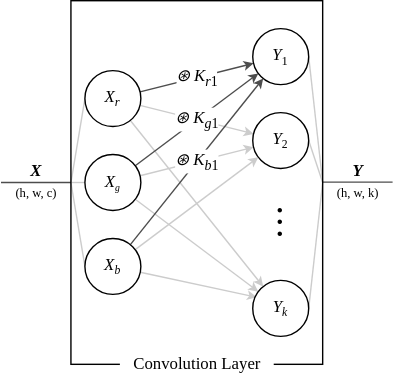
This is img/convolution.svg from dragoon8192/LaundryTag, a draw.io export, as it was before one commit. Source tidied: cells renumbered, new cells last; positions are measured from the earlier drawing's top-left corner, leaving out a move shared by most shapes. Source of this version:
```xml
<mxGraphModel>
  <root>
    <mxCell id="0" />
    <mxCell id="1" parent="0" />
    <mxCell id="2" style="endArrow=classic;html=1;rounded=0;labelBackgroundColor=default;sketch=0;strokeColor=#CCCCCC;strokeWidth=1;fontFamily=Times New Roman;fontSize=12;fontColor=default;startSize=4;endSize=4;sourcePerimeterSpacing=0;targetPerimeterSpacing=0;shape=connector;jumpStyle=none;jumpSize=4;" parent="1" edge="1" source="19" target="24">
      <mxGeometry relative="1" as="geometry" />
    </mxCell>
    <mxCell id="3" style="endArrow=classic;html=1;rounded=0;labelBackgroundColor=default;sketch=0;strokeColor=#CCCCCC;strokeWidth=1;fontFamily=Times New Roman;fontSize=12;fontColor=default;startSize=4;endSize=4;sourcePerimeterSpacing=0;targetPerimeterSpacing=0;shape=connector;jumpStyle=none;jumpSize=4;" parent="1" edge="1" source="21" target="23">
      <mxGeometry relative="1" as="geometry" />
    </mxCell>
    <mxCell id="4" style="endArrow=none;html=1;rounded=0;strokeColor=#CCCCCC;entryX=1;entryY=0.5;entryDx=0;entryDy=0;" parent="1" edge="1" target="22">
      <mxGeometry relative="1" as="geometry">
        <mxPoint x="230" y="130" as="sourcePoint" />
      </mxGeometry>
    </mxCell>
    <mxCell id="5" style="endArrow=none;html=1;rounded=0;strokeColor=#CCCCCC;entryX=1;entryY=0.5;entryDx=0;entryDy=0;" parent="1" edge="1" target="23">
      <mxGeometry relative="1" as="geometry">
        <mxPoint x="230" y="130" as="sourcePoint" />
      </mxGeometry>
    </mxCell>
    <mxCell id="6" style="endArrow=none;html=1;rounded=0;strokeColor=#CCCCCC;exitX=1;exitY=0.5;exitDx=0;exitDy=0;" parent="1" edge="1" source="24">
      <mxGeometry relative="1" as="geometry">
        <mxPoint x="230" y="130" as="targetPoint" />
      </mxGeometry>
    </mxCell>
    <mxCell id="7" style="endArrow=none;html=1;rounded=0;strokeColor=#CCCCCC;entryX=0;entryY=0.5;entryDx=0;entryDy=0;" parent="1" edge="1" target="19">
      <mxGeometry relative="1" as="geometry">
        <mxPoint x="50" y="130" as="sourcePoint" />
      </mxGeometry>
    </mxCell>
    <mxCell id="8" style="endArrow=none;html=1;rounded=0;strokeColor=#CCCCCC;entryX=0;entryY=0.5;entryDx=0;entryDy=0;" parent="1" edge="1" target="20">
      <mxGeometry relative="1" as="geometry">
        <mxPoint x="50" y="130" as="sourcePoint" />
      </mxGeometry>
    </mxCell>
    <mxCell id="9" style="endArrow=none;html=1;rounded=0;strokeColor=#CCCCCC;entryX=0;entryY=0.5;entryDx=0;entryDy=0;" parent="1" edge="1" target="21">
      <mxGeometry relative="1" as="geometry">
        <mxPoint x="50" y="130" as="sourcePoint" />
      </mxGeometry>
    </mxCell>
    <mxCell id="10" value="&lt;i&gt;⊛ K&lt;/i&gt;&lt;sub style=&quot;&quot;&gt;&lt;i&gt;r&lt;/i&gt;1&lt;/sub&gt;" style="endArrow=classic;html=1;rounded=0;labelBackgroundColor=default;sketch=0;strokeColor=#4D4D4D;strokeWidth=1;fontFamily=Times New Roman;fontSize=12;fontColor=default;startSize=4;endSize=4;sourcePerimeterSpacing=0;targetPerimeterSpacing=0;shape=connector;jumpStyle=none;jumpSize=4;" parent="1" edge="1" source="19" target="22">
      <mxGeometry relative="1" as="geometry" />
    </mxCell>
    <mxCell id="11" style="endArrow=classic;html=1;rounded=0;labelBackgroundColor=default;sketch=0;strokeColor=#CCCCCC;strokeWidth=1;fontFamily=Times New Roman;fontSize=12;fontColor=default;startSize=4;endSize=4;sourcePerimeterSpacing=0;targetPerimeterSpacing=0;shape=connector;jumpStyle=none;jumpSize=4;" parent="1" edge="1" source="20" target="23">
      <mxGeometry relative="1" as="geometry" />
    </mxCell>
    <mxCell id="12" style="endArrow=classic;html=1;rounded=0;labelBackgroundColor=default;sketch=0;strokeColor=#CCCCCC;strokeWidth=1;fontFamily=Times New Roman;fontSize=12;fontColor=default;startSize=4;endSize=4;sourcePerimeterSpacing=0;targetPerimeterSpacing=0;shape=connector;jumpStyle=none;jumpSize=4;" parent="1" edge="1" source="19" target="23">
      <mxGeometry relative="1" as="geometry" />
    </mxCell>
    <mxCell id="13" style="endArrow=classic;html=1;rounded=0;labelBackgroundColor=default;sketch=0;strokeColor=#CCCCCC;strokeWidth=1;fontFamily=Times New Roman;fontSize=12;fontColor=default;startSize=4;endSize=4;sourcePerimeterSpacing=0;targetPerimeterSpacing=0;shape=connector;jumpStyle=none;jumpSize=4;" parent="1" edge="1" source="20" target="24">
      <mxGeometry relative="1" as="geometry" />
    </mxCell>
    <mxCell id="14" style="endArrow=classic;html=1;rounded=0;labelBackgroundColor=default;sketch=0;strokeColor=#CCCCCC;strokeWidth=1;fontFamily=Times New Roman;fontSize=12;fontColor=default;startSize=4;endSize=4;sourcePerimeterSpacing=0;targetPerimeterSpacing=0;shape=connector;jumpStyle=none;jumpSize=4;entryX=0.074;entryY=0.301;entryDx=0;entryDy=0;entryPerimeter=0;" parent="1" edge="1" source="21" target="24">
      <mxGeometry relative="1" as="geometry" />
    </mxCell>
    <mxCell id="15" value="&lt;b&gt;&lt;i&gt;X&lt;/i&gt;&lt;/b&gt;" style="endArrow=none;html=1;rounded=0;labelBackgroundColor=default;sketch=0;strokeColor=#4D4D4D;strokeWidth=1;fontFamily=Times New Roman;fontSize=12;fontColor=default;startSize=4;endSize=4;sourcePerimeterSpacing=0;targetPerimeterSpacing=0;shape=connector;jumpStyle=none;jumpSize=4;spacing=1;spacingLeft=0;labelBorderColor=none;verticalAlign=bottom;labelPosition=center;verticalLabelPosition=middle;align=center;" parent="1" edge="1">
      <mxGeometry relative="1" as="geometry">
        <mxPoint y="130" as="sourcePoint" />
        <mxPoint x="50" y="130" as="targetPoint" />
      </mxGeometry>
    </mxCell>
    <mxCell id="16" value="&lt;i&gt;⊛ K&lt;/i&gt;&lt;sub style=&quot;&quot;&gt;&lt;i&gt;g&lt;/i&gt;1&lt;/sub&gt;" style="endArrow=classic;html=1;rounded=0;labelBackgroundColor=default;sketch=0;strokeColor=#4D4D4D;strokeWidth=1;fontFamily=Times New Roman;fontSize=12;fontColor=default;startSize=4;endSize=4;sourcePerimeterSpacing=0;targetPerimeterSpacing=0;shape=connector;jumpStyle=none;jumpSize=4;" parent="1" edge="1" source="20" target="22">
      <mxGeometry relative="1" as="geometry" />
    </mxCell>
    <mxCell id="17" value="&lt;i&gt;⊛ K&lt;/i&gt;&lt;sub style=&quot;&quot;&gt;&lt;i&gt;b&lt;/i&gt;1&lt;/sub&gt;" style="endArrow=classic;html=1;rounded=0;labelBackgroundColor=default;sketch=0;strokeColor=#4D4D4D;strokeWidth=1;fontFamily=Times New Roman;fontSize=12;fontColor=default;startSize=4;endSize=4;sourcePerimeterSpacing=0;targetPerimeterSpacing=0;shape=connector;jumpStyle=none;jumpSize=4;" parent="1" edge="1" source="21" target="22">
      <mxGeometry relative="1" as="geometry" />
    </mxCell>
    <mxCell id="18" value="&lt;b&gt;&lt;i&gt;Y&lt;/i&gt;&lt;/b&gt;" style="endArrow=none;html=1;rounded=0;labelBackgroundColor=default;sketch=0;strokeColor=#4D4D4D;strokeWidth=1;fontFamily=Times New Roman;fontSize=12;fontColor=default;startSize=4;endSize=4;sourcePerimeterSpacing=0;targetPerimeterSpacing=0;shape=connector;jumpStyle=none;jumpSize=4;spacing=1;spacingLeft=0;labelBorderColor=none;verticalAlign=bottom;" parent="1" edge="1">
      <mxGeometry relative="1" as="geometry">
        <mxPoint x="230" y="129.8" as="sourcePoint" />
        <mxPoint x="280" y="129.8" as="targetPoint" />
      </mxGeometry>
    </mxCell>
    <mxCell id="19" value="&lt;i&gt;&lt;font size=&quot;1&quot; face=&quot;Times New Roman&quot;&gt;&lt;span style=&quot;font-size: 12px;&quot;&gt;X&lt;/span&gt;&lt;/font&gt;&lt;font size=&quot;1&quot; face=&quot;Times New Roman&quot; style=&quot;&quot;&gt;&lt;sub style=&quot;font-size: 9px;&quot;&gt;r&lt;/sub&gt;&lt;/font&gt;&lt;/i&gt;" style="ellipse;whiteSpace=wrap;html=1;" parent="1" vertex="1">
      <mxGeometry x="60" y="50" width="40" height="40" as="geometry" />
    </mxCell>
    <mxCell id="20" value="&lt;font face=&quot;Times New Roman&quot;&gt;&lt;i style=&quot;font-size: 12px;&quot;&gt;X&lt;/i&gt;&lt;i style=&quot;font-size: 8.33333px;&quot;&gt;&lt;sub&gt;g&lt;/sub&gt;&lt;/i&gt;&lt;/font&gt;" style="ellipse;whiteSpace=wrap;html=1;" parent="1" vertex="1">
      <mxGeometry x="60" y="110" width="40" height="40" as="geometry" />
    </mxCell>
    <mxCell id="21" value="&lt;font face=&quot;Times New Roman&quot;&gt;&lt;i style=&quot;font-size: 12px;&quot;&gt;X&lt;/i&gt;&lt;i style=&quot;&quot;&gt;&lt;font size=&quot;1&quot;&gt;&lt;sub&gt;b&lt;/sub&gt;&lt;/font&gt;&lt;/i&gt;&lt;/font&gt;" style="ellipse;whiteSpace=wrap;html=1;" parent="1" vertex="1">
      <mxGeometry x="60" y="170" width="40" height="40" as="geometry" />
    </mxCell>
    <mxCell id="22" value="&lt;font face=&quot;Times New Roman&quot; style=&quot;&quot;&gt;&lt;span style=&quot;font-size: 12px;&quot;&gt;&lt;i style=&quot;&quot;&gt;Y&lt;/i&gt;&lt;/span&gt;&lt;sub style=&quot;font-size: 9px;&quot;&gt;1&lt;/sub&gt;&lt;/font&gt;" style="ellipse;whiteSpace=wrap;html=1;" parent="1" vertex="1">
      <mxGeometry x="180" y="20" width="40" height="40" as="geometry" />
    </mxCell>
    <mxCell id="23" value="&lt;font size=&quot;1&quot; face=&quot;Times New Roman&quot;&gt;&lt;i style=&quot;font-size: 12px;&quot;&gt;Y&lt;/i&gt;&lt;/font&gt;&lt;font face=&quot;Times New Roman&quot; style=&quot;font-size: 10px;&quot;&gt;&lt;sub&gt;2&lt;/sub&gt;&lt;/font&gt;" style="ellipse;whiteSpace=wrap;html=1;" parent="1" vertex="1">
      <mxGeometry x="180" y="80" width="40" height="40" as="geometry" />
    </mxCell>
    <mxCell id="24" value="&lt;font face=&quot;Times New Roman&quot;&gt;&lt;i style=&quot;font-size: 12px;&quot;&gt;Y&lt;/i&gt;&lt;i style=&quot;&quot;&gt;&lt;font size=&quot;1&quot;&gt;&lt;sub&gt;k&lt;/sub&gt;&lt;/font&gt;&lt;/i&gt;&lt;/font&gt;" style="ellipse;whiteSpace=wrap;html=1;" parent="1" vertex="1">
      <mxGeometry x="180" y="200" width="40" height="40" as="geometry" />
    </mxCell>
    <mxCell id="25" value="&lt;font style=&quot;font-size: 9px;&quot;&gt;(h, w, c)&lt;/font&gt;" style="text;html=1;align=center;verticalAlign=middle;strokeColor=none;fillColor=none;fontSize=18;fontFamily=Times New Roman;spacing=0;labelBackgroundColor=none;" parent="1" vertex="1">
      <mxGeometry y="120" width="50" height="30" as="geometry" />
    </mxCell>
    <mxCell id="26" value="&lt;font style=&quot;font-size: 9px;&quot;&gt;(h, w, k)&lt;/font&gt;" style="text;html=1;align=center;verticalAlign=middle;strokeColor=none;fillColor=none;fontSize=18;fontFamily=Times New Roman;spacing=0;labelBackgroundColor=none;" parent="1" vertex="1">
      <mxGeometry x="230" y="120" width="50" height="30" as="geometry" />
    </mxCell>
    <mxCell id="27" value="&lt;span style=&quot;color: rgb(0, 0, 0); font-family: &amp;quot;Times New Roman&amp;quot;; font-size: 24px; font-style: normal; font-variant-ligatures: normal; font-variant-caps: normal; font-weight: 400; letter-spacing: normal; orphans: 2; text-indent: 0px; text-transform: none; widows: 2; word-spacing: 0px; -webkit-text-stroke-width: 0px; text-decoration-thickness: initial; text-decoration-style: initial; text-decoration-color: initial; float: none; display: inline !important;&quot;&gt;︙&lt;/span&gt;" style="text;whiteSpace=wrap;html=1;fontFamily=Times New Roman;align=center;verticalAlign=middle;fontSize=24;labelBackgroundColor=none;" parent="1" vertex="1">
      <mxGeometry x="190" y="140" width="20" height="40" as="geometry" />
    </mxCell>
    <mxCell id="28" style="rounded=0;whiteSpace=wrap;html=1;labelBackgroundColor=none;fillStyle=hatch;strokeColor=#000000;strokeWidth=1;fontFamily=Times New Roman;fontSize=12;fontColor=#FFFFFF;fillColor=none;gradientColor=none;" parent="1" vertex="1">
      <mxGeometry x="50" width="180" height="260" as="geometry" />
    </mxCell>
    <mxCell id="29" value="Convolution Layer" style="text;html=1;align=center;verticalAlign=middle;strokeColor=none;fillColor=default;fontSize=12;fontFamily=Times New Roman;fontColor=#000000;" parent="1" vertex="1">
      <mxGeometry x="85" y="245" width="110" height="30" as="geometry" />
    </mxCell>
  </root>
</mxGraphModel>
```
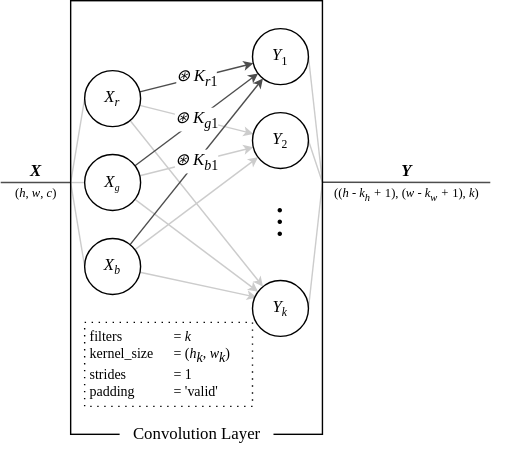
Later version of the same file.

What changed in the source:
```diff
@@ -68,7 +68,7 @@
     <mxCell id="18" value="&lt;b&gt;&lt;i&gt;Y&lt;/i&gt;&lt;/b&gt;" style="endArrow=none;html=1;rounded=0;labelBackgroundColor=default;sketch=0;strokeColor=#4D4D4D;strokeWidth=1;fontFamily=Times New Roman;fontSize=12;fontColor=default;startSize=4;endSize=4;sourcePerimeterSpacing=0;targetPerimeterSpacing=0;shape=connector;jumpStyle=none;jumpSize=4;spacing=1;spacingLeft=0;labelBorderColor=none;verticalAlign=bottom;" parent="1" edge="1">
       <mxGeometry relative="1" as="geometry">
         <mxPoint x="230" y="129.8" as="sourcePoint" />
-        <mxPoint x="280" y="129.8" as="targetPoint" />
+        <mxPoint x="350" y="130" as="targetPoint" />
       </mxGeometry>
     </mxCell>
     <mxCell id="19" value="&lt;i&gt;&lt;font size=&quot;1&quot; face=&quot;Times New Roman&quot;&gt;&lt;span style=&quot;font-size: 12px;&quot;&gt;X&lt;/span&gt;&lt;/font&gt;&lt;font size=&quot;1&quot; face=&quot;Times New Roman&quot; style=&quot;&quot;&gt;&lt;sub style=&quot;font-size: 9px;&quot;&gt;r&lt;/sub&gt;&lt;/font&gt;&lt;/i&gt;" style="ellipse;whiteSpace=wrap;html=1;" parent="1" vertex="1">
@@ -89,20 +89,23 @@
     <mxCell id="24" value="&lt;font face=&quot;Times New Roman&quot;&gt;&lt;i style=&quot;font-size: 12px;&quot;&gt;Y&lt;/i&gt;&lt;i style=&quot;&quot;&gt;&lt;font size=&quot;1&quot;&gt;&lt;sub&gt;k&lt;/sub&gt;&lt;/font&gt;&lt;/i&gt;&lt;/font&gt;" style="ellipse;whiteSpace=wrap;html=1;" parent="1" vertex="1">
       <mxGeometry x="180" y="200" width="40" height="40" as="geometry" />
     </mxCell>
-    <mxCell id="25" value="&lt;font style=&quot;font-size: 9px;&quot;&gt;(h, w, c)&lt;/font&gt;" style="text;html=1;align=center;verticalAlign=middle;strokeColor=none;fillColor=none;fontSize=18;fontFamily=Times New Roman;spacing=0;labelBackgroundColor=none;" parent="1" vertex="1">
+    <mxCell id="25" value="&lt;font style=&quot;font-size: 9px;&quot;&gt;(&lt;i&gt;h&lt;/i&gt;, &lt;i&gt;w&lt;/i&gt;, &lt;i&gt;c&lt;/i&gt;)&lt;/font&gt;" style="text;html=1;align=center;verticalAlign=middle;strokeColor=none;fillColor=none;fontSize=18;fontFamily=Times New Roman;spacing=0;labelBackgroundColor=none;" parent="1" vertex="1">
       <mxGeometry y="120" width="50" height="30" as="geometry" />
     </mxCell>
-    <mxCell id="26" value="&lt;font style=&quot;font-size: 9px;&quot;&gt;(h, w, k)&lt;/font&gt;" style="text;html=1;align=center;verticalAlign=middle;strokeColor=none;fillColor=none;fontSize=18;fontFamily=Times New Roman;spacing=0;labelBackgroundColor=none;" parent="1" vertex="1">
-      <mxGeometry x="230" y="120" width="50" height="30" as="geometry" />
+    <mxCell id="26" value="&lt;font style=&quot;font-size: 9px;&quot;&gt;((&lt;i&gt;h - k&lt;sub&gt;h&lt;/sub&gt; +&lt;/i&gt; 1), (&lt;i&gt;w - k&lt;sub&gt;w&lt;/sub&gt; + &lt;/i&gt;1), &lt;i&gt;k&lt;/i&gt;)&lt;/font&gt;" style="text;html=1;align=center;verticalAlign=middle;strokeColor=none;fillColor=none;fontSize=18;fontFamily=Times New Roman;spacing=0;labelBackgroundColor=none;" parent="1" vertex="1">
+      <mxGeometry x="220" y="120" width="140" height="30" as="geometry" />
     </mxCell>
     <mxCell id="27" value="&lt;span style=&quot;color: rgb(0, 0, 0); font-family: &amp;quot;Times New Roman&amp;quot;; font-size: 24px; font-style: normal; font-variant-ligatures: normal; font-variant-caps: normal; font-weight: 400; letter-spacing: normal; orphans: 2; text-indent: 0px; text-transform: none; widows: 2; word-spacing: 0px; -webkit-text-stroke-width: 0px; text-decoration-thickness: initial; text-decoration-style: initial; text-decoration-color: initial; float: none; display: inline !important;&quot;&gt;︙&lt;/span&gt;" style="text;whiteSpace=wrap;html=1;fontFamily=Times New Roman;align=center;verticalAlign=middle;fontSize=24;labelBackgroundColor=none;" parent="1" vertex="1">
       <mxGeometry x="190" y="140" width="20" height="40" as="geometry" />
     </mxCell>
     <mxCell id="28" style="rounded=0;whiteSpace=wrap;html=1;labelBackgroundColor=none;fillStyle=hatch;strokeColor=#000000;strokeWidth=1;fontFamily=Times New Roman;fontSize=12;fontColor=#FFFFFF;fillColor=none;gradientColor=none;" parent="1" vertex="1">
-      <mxGeometry x="50" width="180" height="260" as="geometry" />
+      <mxGeometry x="50" width="180" height="310" as="geometry" />
     </mxCell>
-    <mxCell id="29" value="Convolution Layer" style="text;html=1;align=center;verticalAlign=middle;strokeColor=none;fillColor=default;fontSize=12;fontFamily=Times New Roman;fontColor=#000000;" parent="1" vertex="1">
-      <mxGeometry x="85" y="245" width="110" height="30" as="geometry" />
+    <mxCell id="29" value="Convolution Layer" style="text;html=1;align=center;verticalAlign=middle;strokeColor=none;fillColor=default;fontSize=12;fontFamily=Times New Roman;fontColor=#000000;spacing=0;" parent="1" vertex="1">
+      <mxGeometry x="85" y="300" width="110" height="20" as="geometry" />
     </mxCell>
+    <mxCell id="30" value="filters &lt;span style=&quot;white-space: pre;&quot;&gt;&#9;&lt;/span&gt;&lt;span style=&quot;white-space: pre;&quot;&gt;&#9;&lt;/span&gt;= &lt;i style=&quot;font-size: 10px;&quot;&gt;k&lt;/i&gt;&lt;br style=&quot;font-size: 10px;&quot;&gt;kernel_size &lt;span style=&quot;white-space: pre;&quot;&gt;&#9;&lt;/span&gt;= (&lt;i style=&quot;font-size: 10px;&quot;&gt;h&lt;sub style=&quot;font-size: 10px;&quot;&gt;k&lt;/sub&gt;&lt;/i&gt;, &lt;i style=&quot;font-size: 10px;&quot;&gt;w&lt;sub style=&quot;font-size: 10px;&quot;&gt;k&lt;/sub&gt;&lt;/i&gt;)&lt;br&gt;strides &lt;span style=&quot;white-space: pre;&quot;&gt;&#9;&lt;span style=&quot;white-space: pre;&quot;&gt;&#9;&lt;/span&gt;&lt;/span&gt;= 1&lt;br&gt;padding&lt;span style=&quot;white-space: pre;&quot;&gt;&#9;&lt;/span&gt;&lt;span style=&quot;white-space: pre;&quot;&gt;&#9;&lt;/span&gt;= 'valid'" style="text;html=1;align=left;verticalAlign=middle;strokeColor=default;fillColor=none;fontSize=10;fontFamily=Times New Roman;fontColor=#000000;spacing=0;dashed=1;dashPattern=1 4;spacingLeft=4;" parent="1" vertex="1">
+      <mxGeometry x="60" y="230" width="120" height="60" as="geometry" />
+    </mxCell>
   </root>
 </mxGraphModel>
```
